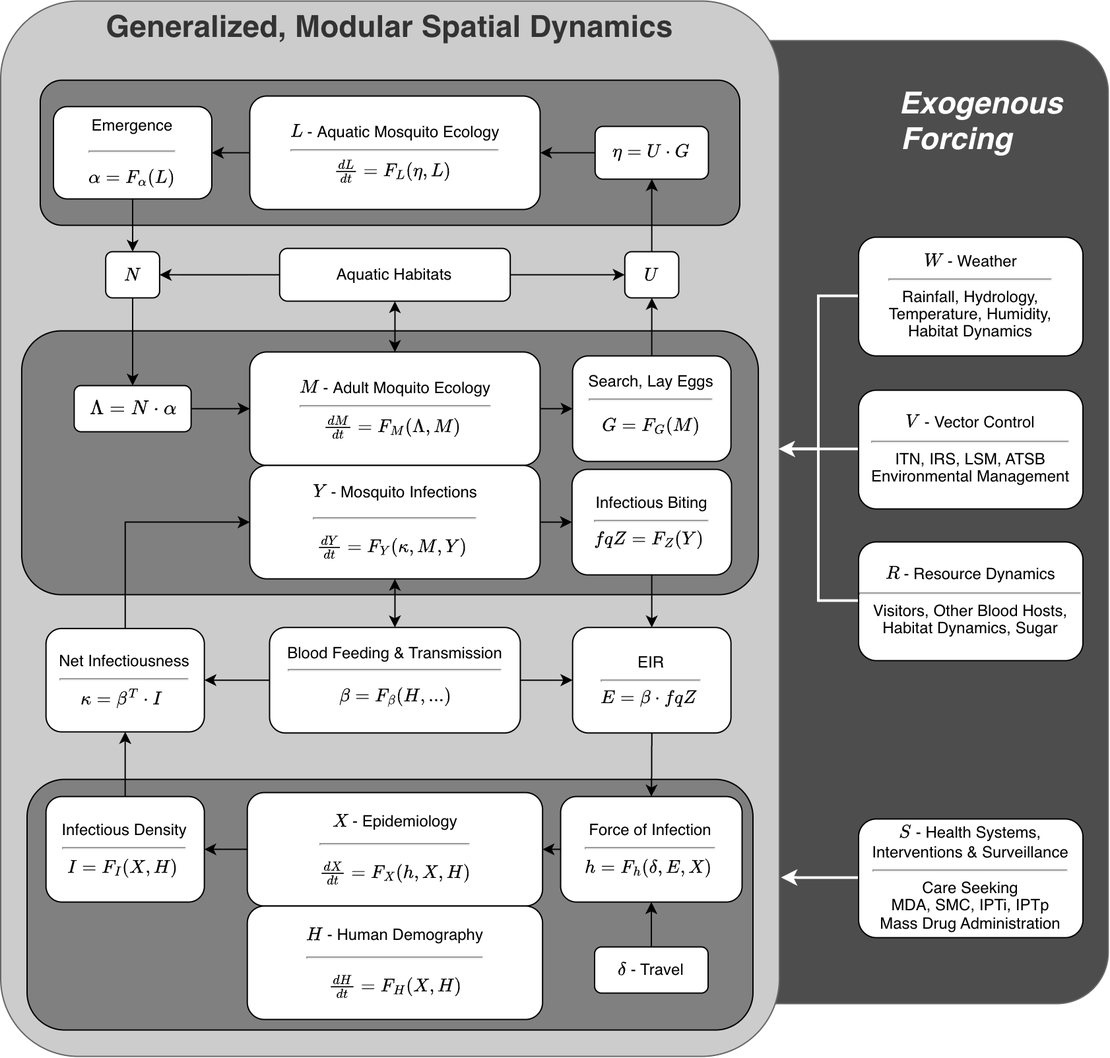
This is docs/articles/ModularGeneralized.drawio.png from dd-harp/ramp.xds, a draw.io export, as it was before one commit. Source tidied: cells renumbered, new cells last; positions are measured from the earlier drawing's top-left corner, leaving out a move shared by most shapes.
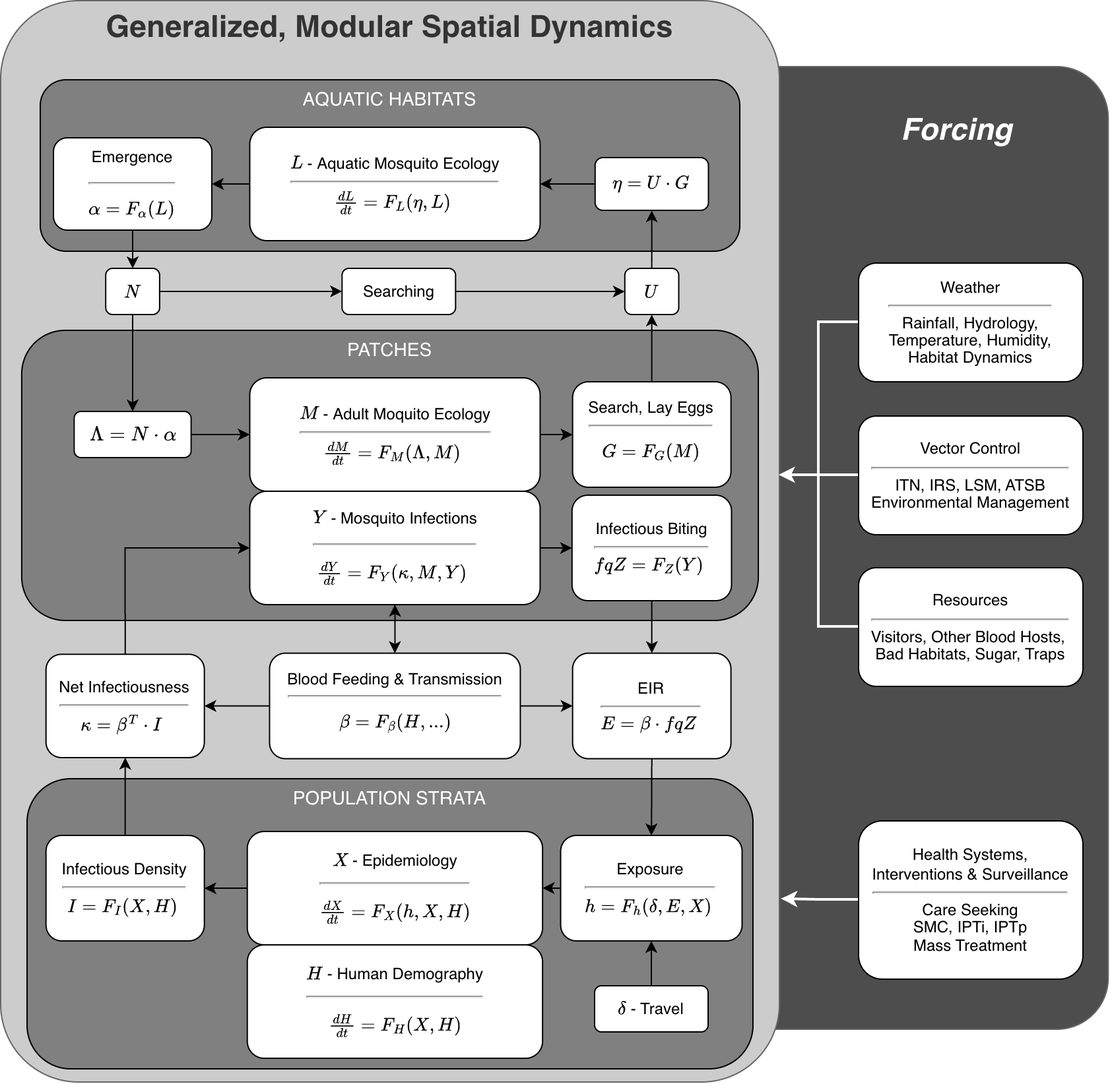
Later version of the same file.

Change to the diagram source:
```diff
@@ -5,39 +5,36 @@
     <mxCell id="2" style="ellipse;whiteSpace=wrap;html=1;" parent="1" vertex="1">
       <mxGeometry x="510" y="300" width="80" height="80" as="geometry" />
     </mxCell>
-    <mxCell id="3" value="&lt;div&gt;&lt;i&gt;&lt;br&gt;&lt;/i&gt;&lt;/div&gt;&lt;i&gt;Exogenous&amp;nbsp; &amp;nbsp; &amp;nbsp;&lt;/i&gt;&lt;div&gt;&lt;i&gt;Forcing&amp;nbsp;&lt;/i&gt; &amp;nbsp; &amp;nbsp; &amp;nbsp; &amp;nbsp; &amp;nbsp;&lt;/div&gt;&lt;div&gt;&amp;nbsp; &amp;nbsp; &amp;nbsp; &amp;nbsp; &amp;nbsp; &amp;nbsp;&lt;/div&gt;" style="rounded=1;whiteSpace=wrap;html=1;fontSize=23;fillColor=#4D4D4D;fontColor=#FFFFFF;strokeColor=#666666;verticalAlign=top;arcSize=10;align=right;fontStyle=1;" parent="1" vertex="1">
+    <mxCell id="3" value="&lt;div&gt;&lt;i&gt;&lt;br&gt;&lt;/i&gt;&lt;/div&gt;&lt;div&gt;&lt;i&gt;Forcing&amp;nbsp;&lt;/i&gt; &amp;nbsp; &amp;nbsp; &amp;nbsp; &amp;nbsp; &amp;nbsp;&lt;/div&gt;&lt;div&gt;&amp;nbsp; &amp;nbsp; &amp;nbsp; &amp;nbsp; &amp;nbsp; &amp;nbsp;&lt;/div&gt;" style="rounded=1;whiteSpace=wrap;html=1;fontSize=23;fillColor=#4D4D4D;fontColor=#FFFFFF;strokeColor=#666666;verticalAlign=top;arcSize=10;align=right;fontStyle=1;" parent="1" vertex="1">
       <mxGeometry x="449.2" y="30" width="390" height="730" as="geometry" />
     </mxCell>
     <mxCell id="4" value="&lt;div&gt;Generalized, Modular&amp;nbsp;&lt;span style=&quot;background-color: initial;&quot;&gt;Spatial Dynamics&lt;/span&gt;&lt;/div&gt;" style="rounded=1;whiteSpace=wrap;html=1;fontSize=23;fillColor=#CCCCCC;fontColor=#333333;strokeColor=#666666;verticalAlign=top;arcSize=10;fontStyle=1;" parent="1" vertex="1">
-      <mxGeometry width="590" height="800" as="geometry" />
+      <mxGeometry y="-20" width="590" height="820" as="geometry" />
     </mxCell>
-    <mxCell id="5" style="rounded=1;whiteSpace=wrap;html=1;fillColor=#808080;" parent="1" vertex="1">
-      <mxGeometry x="20" y="590" width="550" height="190" as="geometry" />
+    <mxCell id="5" value="POPULATION STRATA" style="rounded=1;whiteSpace=wrap;html=1;fillColor=#808080;verticalAlign=top;fontColor=#FFFFFF;fontSize=14;" parent="1" vertex="1">
+      <mxGeometry x="20" y="570" width="550" height="220" as="geometry" />
     </mxCell>
-    <mxCell id="6" style="rounded=1;whiteSpace=wrap;html=1;fillColor=#808080;" parent="1" vertex="1">
-      <mxGeometry x="16" y="250" width="558.1" height="200" as="geometry" />
+    <mxCell id="6" value="PATCHES" style="rounded=1;whiteSpace=wrap;html=1;fillColor=#808080;verticalAlign=top;fontColor=#FFFFFF;fontSize=14;" parent="1" vertex="1">
+      <mxGeometry x="16" y="230" width="558.1" height="220" as="geometry" />
     </mxCell>
-    <mxCell id="7" style="rounded=1;whiteSpace=wrap;html=1;fillColor=#808080;" parent="1" vertex="1">
-      <mxGeometry x="30" y="60" width="530" height="110" as="geometry" />
+    <mxCell id="7" value="AQUATIC HABITATS" style="rounded=1;whiteSpace=wrap;html=1;fillColor=#808080;verticalAlign=top;fontColor=#FFFFFF;fontSize=14;" parent="1" vertex="1">
+      <mxGeometry x="30" y="40" width="530" height="130" as="geometry" />
     </mxCell>
     <mxCell id="8" style="edgeStyle=orthogonalEdgeStyle;rounded=0;jettySize=auto;html=1;exitX=0;exitY=0.5;exitDx=0;exitDy=0;entryX=1;entryY=0.5;entryDx=0;entryDy=0;" parent="1" edge="1" source="9" target="18">
       <mxGeometry relative="1" as="geometry" />
     </mxCell>
     <mxCell id="9" value="\(L\) -&amp;nbsp;Aquatic Mosquito Ecology&lt;hr&gt;&lt;div style=&quot;line-height: 110%;&quot;&gt;\(\frac{d {L}}{dt} = F_{L}(\eta, {L})&amp;nbsp; \)&amp;nbsp;&lt;/div&gt;" style="rounded=1;whiteSpace=wrap;html=1;align=center;spacing=2;" parent="1" vertex="1">
-      <mxGeometry x="188.7" y="72" width="220" height="86" as="geometry" />
+      <mxGeometry x="188.7" y="76" width="220" height="86" as="geometry" />
     </mxCell>
     <mxCell id="10" style="edgeStyle=orthogonalEdgeStyle;rounded=0;jettySize=auto;html=1;exitX=0;exitY=0.5;exitDx=0;exitDy=0;entryX=1;entryY=0.5;entryDx=0;entryDy=0;fontSize=6;" parent="1" edge="1" source="11" target="26">
       <mxGeometry relative="1" as="geometry" />
     </mxCell>
     <mxCell id="11" value="&lt;p style=&quot;line-height: 0.6px;&quot;&gt;\(X\) - Epidemiology&lt;/p&gt;&lt;hr&gt;&lt;p style=&quot;line-height: 0.6px;&quot;&gt;&lt;span style=&quot;background-color: initial;&quot;&gt;\(\frac{d{X}}{dt} = F_{X} (h, X, H)\)&lt;/span&gt;&lt;/p&gt;" style="rounded=1;whiteSpace=wrap;html=1;align=center;" parent="1" vertex="1">
-      <mxGeometry x="186.9" y="600" width="223.7" height="86" as="geometry" />
+      <mxGeometry x="186.9" y="610" width="223.7" height="86" as="geometry" />
     </mxCell>
     <mxCell id="12" style="edgeStyle=orthogonalEdgeStyle;rounded=0;jettySize=auto;html=1;exitX=1;exitY=0.5;exitDx=0;exitDy=0;entryX=0;entryY=0.5;entryDx=0;entryDy=0;fontSize=6;" parent="1" edge="1" source="14" target="20">
       <mxGeometry relative="1" as="geometry" />
     </mxCell>
-    <mxCell id="13" style="edgeStyle=orthogonalEdgeStyle;rounded=0;jettySize=auto;html=1;startArrow=classic;startFill=1;" parent="1" edge="1" source="14" target="56">
-      <mxGeometry relative="1" as="geometry" />
-    </mxCell>
     <mxCell id="14" value="\(M\) -&amp;nbsp;Adult Moquito Ecology&lt;div&gt;&lt;hr&gt;&lt;div style=&quot;line-height: 110%;&quot;&gt;\(\frac{d {M}}{dt} = F_{M}(\Lambda, {M}) \)&amp;nbsp;&lt;/div&gt;&lt;/div&gt;" style="rounded=1;whiteSpace=wrap;html=1;align=center;horizontal=1;" parent="1" vertex="1">
       <mxGeometry x="188.7" y="266" width="220" height="86" as="geometry" />
     </mxCell>
@@ -51,7 +48,7 @@
       <mxGeometry x="188.7" y="352" width="220" height="86" as="geometry" />
     </mxCell>
     <mxCell id="18" value="&lt;p style=&quot;line-height: 105%; font-size: 12px;&quot;&gt;Emergence&lt;/p&gt;&lt;hr style=&quot;font-size: 12px;&quot;&gt;&lt;p style=&quot;line-height: 105%; font-size: 12px;&quot;&gt;&lt;u style=&quot;background-color: initial; font-size: 12px;&quot;&gt;\(\alpha = F_\alpha (L) \)&lt;/u&gt;&lt;br style=&quot;font-size: 12px;&quot;&gt;&lt;/p&gt;" style="rounded=1;whiteSpace=wrap;html=1;align=center;spacing=1;fontSize=12;" parent="1" vertex="1">
-      <mxGeometry x="40" y="80" width="120" height="70" as="geometry" />
+      <mxGeometry x="40" y="84" width="120" height="70" as="geometry" />
     </mxCell>
     <mxCell id="19" style="edgeStyle=orthogonalEdgeStyle;rounded=0;jettySize=auto;html=1;exitX=0.5;exitY=0;exitDx=0;exitDy=0;entryX=0.5;entryY=1;entryDx=0;entryDy=0;" parent="1" edge="1" source="20" target="31">
       <mxGeometry relative="1" as="geometry" />
@@ -75,7 +72,7 @@
       <mxGeometry relative="1" as="geometry" />
     </mxCell>
     <mxCell id="26" value="&lt;div&gt;Infectious Density&lt;hr&gt;\( I = F_I ({X}, {H}) \)&amp;nbsp;&lt;/div&gt;" style="rounded=1;whiteSpace=wrap;html=1;align=center;" parent="1" vertex="1">
-      <mxGeometry x="34.3" y="603" width="120" height="80" as="geometry" />
+      <mxGeometry x="34.3" y="613" width="120" height="80" as="geometry" />
     </mxCell>
     <mxCell id="27" style="edgeStyle=orthogonalEdgeStyle;rounded=0;jettySize=auto;html=1;exitX=1;exitY=0.5;exitDx=0;exitDy=0;entryX=0;entryY=0.5;entryDx=0;entryDy=0;fontSize=6;" parent="1" edge="1" source="28" target="14">
       <mxGeometry relative="1" as="geometry" />
@@ -83,20 +80,17 @@
     <mxCell id="28" value="&lt;u style=&quot;font-size: 13px;&quot;&gt;\( \Lambda = N \cdot \alpha \)&lt;br style=&quot;font-size: 13px;&quot;&gt;&lt;/u&gt;" style="rounded=1;whiteSpace=wrap;html=1;align=center;spacing=1;fontSize=13;" parent="1" vertex="1">
       <mxGeometry x="55.7" y="291.5" width="88.6" height="35" as="geometry" />
     </mxCell>
-    <mxCell id="29" style="edgeStyle=orthogonalEdgeStyle;rounded=0;jettySize=auto;html=1;exitX=1;exitY=0.5;exitDx=0;exitDy=0;fontSize=6;" parent="1" edge="1" source="56" target="31">
-      <mxGeometry relative="1" as="geometry" />
-    </mxCell>
     <mxCell id="30" style="edgeStyle=orthogonalEdgeStyle;rounded=0;jettySize=auto;html=1;exitX=0.5;exitY=0;exitDx=0;exitDy=0;entryX=0.5;entryY=1;entryDx=0;entryDy=0;" parent="1" edge="1" source="31" target="33">
       <mxGeometry relative="1" as="geometry" />
     </mxCell>
     <mxCell id="31" value="\(U\)" style="rounded=1;whiteSpace=wrap;html=1;align=center;spacing=1;" parent="1" vertex="1">
-      <mxGeometry x="472.9" y="190" width="40.9" height="35" as="geometry" />
+      <mxGeometry x="472.9" y="183" width="40.9" height="35" as="geometry" />
     </mxCell>
     <mxCell id="32" style="edgeStyle=orthogonalEdgeStyle;rounded=0;jettySize=auto;html=1;exitX=0;exitY=0.5;exitDx=0;exitDy=0;entryX=1;entryY=0.5;entryDx=0;entryDy=0;" parent="1" edge="1" source="33" target="9">
       <mxGeometry relative="1" as="geometry" />
     </mxCell>
     <mxCell id="33" value="&lt;div style=&quot;line-height: 110%;&quot;&gt;&lt;u style=&quot;background-color: initial;&quot;&gt;\( \eta = {U} \cdot G \)&lt;/u&gt;&lt;br&gt;&lt;/div&gt;" style="rounded=1;whiteSpace=wrap;html=1;align=center;spacing=1;" parent="1" vertex="1">
-      <mxGeometry x="450.4" y="95" width="85.9" height="40" as="geometry" />
+      <mxGeometry x="450.4" y="99" width="85.9" height="40" as="geometry" />
     </mxCell>
     <mxCell id="34" style="edgeStyle=orthogonalEdgeStyle;rounded=0;jettySize=auto;html=1;exitX=1;exitY=0.5;exitDx=0;exitDy=0;entryX=0;entryY=0.5;entryDx=0;entryDy=0;" parent="1" edge="1" source="36" target="24">
       <mxGeometry relative="1" as="geometry" />
@@ -116,14 +110,14 @@
     <mxCell id="39" style="edgeStyle=orthogonalEdgeStyle;rounded=0;jettySize=auto;html=1;exitX=0;exitY=0.5;exitDx=0;exitDy=0;entryX=1;entryY=0.5;entryDx=0;entryDy=0;" parent="1" edge="1" source="40" target="11">
       <mxGeometry relative="1" as="geometry" />
     </mxCell>
-    <mxCell id="40" value="Force of Infection&lt;div&gt;&lt;hr&gt;\( h = F_h(\delta, E, X)\)&amp;nbsp;&lt;/div&gt;" style="rounded=1;whiteSpace=wrap;html=1;align=center;" parent="1" vertex="1">
-      <mxGeometry x="424.3" y="603" width="137.5" height="80" as="geometry" />
+    <mxCell id="40" value="Exposure&lt;div&gt;&lt;hr&gt;\( h = F_h(\delta, E, X)\)&amp;nbsp;&lt;/div&gt;" style="rounded=1;whiteSpace=wrap;html=1;align=center;" parent="1" vertex="1">
+      <mxGeometry x="424.3" y="613" width="137.5" height="80" as="geometry" />
     </mxCell>
     <mxCell id="41" style="edgeStyle=orthogonalEdgeStyle;rounded=0;jettySize=auto;html=1;exitX=0.5;exitY=0;exitDx=0;exitDy=0;" parent="1" edge="1" source="42" target="40">
       <mxGeometry relative="1" as="geometry" />
     </mxCell>
     <mxCell id="42" value="\(\delta\) - Travel" style="rounded=1;whiteSpace=wrap;html=1;align=center;spacing=1;" parent="1" vertex="1">
-      <mxGeometry x="450" y="717" width="86" height="35" as="geometry" />
+      <mxGeometry x="450" y="727" width="86" height="35" as="geometry" />
     </mxCell>
     <mxCell id="43" style="edgeStyle=orthogonalEdgeStyle;rounded=0;jettySize=auto;html=1;exitX=0.5;exitY=1;exitDx=0;exitDy=0;entryX=0.5;entryY=0;entryDx=0;entryDy=0;fontSize=6;" parent="1" edge="1" source="18" target="45">
       <mxGeometry relative="1" as="geometry" />
@@ -131,10 +125,13 @@
     <mxCell id="44" style="edgeStyle=orthogonalEdgeStyle;rounded=0;jettySize=auto;html=1;exitX=0.5;exitY=1;exitDx=0;exitDy=0;" parent="1" edge="1" source="45" target="28">
       <mxGeometry relative="1" as="geometry" />
     </mxCell>
+    <mxCell id="57" style="edgeStyle=orthogonalEdgeStyle;rounded=0;jettySize=auto;html=1;exitX=1;exitY=0.5;exitDx=0;exitDy=0;" parent="1" edge="1" source="45" target="59">
+      <mxGeometry relative="1" as="geometry" />
+    </mxCell>
     <mxCell id="45" value="&lt;u&gt;\(N \)&lt;br&gt;&lt;/u&gt;" style="rounded=1;whiteSpace=wrap;html=1;align=center;spacing=1;" parent="1" vertex="1">
-      <mxGeometry x="79.6" y="190" width="40.9" height="35" as="geometry" />
+      <mxGeometry x="79.6" y="183" width="40.9" height="35" as="geometry" />
     </mxCell>
-    <mxCell id="46" value="\(W\) -&amp;nbsp;Weather&lt;div&gt;&lt;hr&gt;&lt;div style=&quot;line-height: 110%;&quot;&gt;Rainfall, Hydrology,&lt;/div&gt;&lt;div style=&quot;line-height: 110%;&quot;&gt;Temperature,&amp;nbsp;&lt;span style=&quot;background-color: initial;&quot;&gt;Humidity,&lt;/span&gt;&lt;/div&gt;&lt;/div&gt;&lt;div style=&quot;line-height: 110%;&quot;&gt;&lt;span style=&quot;background-color: initial;&quot;&gt;Habitat Dynamics&lt;/span&gt;&lt;/div&gt;" style="rounded=1;whiteSpace=wrap;html=1;align=center;horizontal=1;" parent="1" vertex="1">
+    <mxCell id="46" value="Weather&lt;div&gt;&lt;hr&gt;&lt;div style=&quot;line-height: 110%;&quot;&gt;Rainfall, Hydrology,&lt;/div&gt;&lt;div style=&quot;line-height: 110%;&quot;&gt;Temperature,&amp;nbsp;&lt;span style=&quot;background-color: initial;&quot;&gt;Humidity,&lt;/span&gt;&lt;/div&gt;&lt;/div&gt;&lt;div style=&quot;line-height: 110%;&quot;&gt;&lt;span style=&quot;background-color: initial;&quot;&gt;Habitat Dynamics&lt;/span&gt;&lt;/div&gt;" style="rounded=1;whiteSpace=wrap;html=1;align=center;horizontal=1;" parent="1" vertex="1">
       <mxGeometry x="650" y="179" width="170" height="90" as="geometry" />
     </mxCell>
     <mxCell id="47" style="edgeStyle=orthogonalEdgeStyle;rounded=0;jettySize=auto;html=1;exitX=0;exitY=0.5;exitDx=0;exitDy=0;entryX=1.003;entryY=0.831;entryDx=0;entryDy=0;strokeColor=#FFFFFF;strokeWidth=2;entryPerimeter=0;" parent="1" edge="1" source="54" target="4">
@@ -143,10 +140,10 @@
     <mxCell id="48" style="edgeStyle=orthogonalEdgeStyle;rounded=0;jettySize=auto;html=1;exitX=0;exitY=0.5;exitDx=0;exitDy=0;strokeColor=#FFFFFF;strokeWidth=2;entryX=1;entryY=0.5;entryDx=0;entryDy=0;" parent="1" edge="1" source="49" target="2">
       <mxGeometry relative="1" as="geometry" />
     </mxCell>
-    <mxCell id="49" value="&lt;div&gt;\(V\) -&amp;nbsp;Vector Control&lt;hr&gt;&lt;div style=&quot;line-height: 110%;&quot;&gt;ITN, IRS, LSM, ATSB&lt;/div&gt;&lt;/div&gt;&lt;div style=&quot;line-height: 110%;&quot;&gt;Environmental Management&lt;/div&gt;" style="rounded=1;whiteSpace=wrap;html=1;align=center;horizontal=1;" parent="1" vertex="1">
+    <mxCell id="49" value="&lt;div&gt;Vector Control&lt;hr&gt;&lt;div style=&quot;line-height: 110%;&quot;&gt;ITN, IRS, LSM, ATSB&lt;/div&gt;&lt;/div&gt;&lt;div style=&quot;line-height: 110%;&quot;&gt;Environmental Management&lt;/div&gt;" style="rounded=1;whiteSpace=wrap;html=1;align=center;horizontal=1;" parent="1" vertex="1">
       <mxGeometry x="650" y="295" width="170" height="90" as="geometry" />
     </mxCell>
-    <mxCell id="50" value="\(R\) - Resource Dynamics&lt;div&gt;&lt;hr&gt;&lt;div style=&quot;line-height: 110%;&quot;&gt;Visitors, Other Blood Hosts, Habitat Dynamics, Sugar&lt;/div&gt;&lt;/div&gt;" style="rounded=1;whiteSpace=wrap;html=1;align=center;horizontal=1;" parent="1" vertex="1">
+    <mxCell id="50" value="Resources&lt;div&gt;&lt;hr&gt;&lt;div style=&quot;line-height: 110%;&quot;&gt;Visitors, Other Blood Hosts,&amp;nbsp;&lt;/div&gt;&lt;div style=&quot;line-height: 110%;&quot;&gt;Bad Habitats, Sugar, Traps&lt;/div&gt;&lt;/div&gt;" style="rounded=1;whiteSpace=wrap;html=1;align=center;horizontal=1;" parent="1" vertex="1">
       <mxGeometry x="650" y="410" width="170" height="90" as="geometry" />
     </mxCell>
     <mxCell id="51" style="edgeStyle=orthogonalEdgeStyle;rounded=0;jettySize=auto;html=1;strokeColor=#FFFFFF;strokeWidth=2;entryX=1;entryY=0.5;entryDx=0;entryDy=0;" parent="1" edge="1" source="50" target="2">
@@ -156,16 +153,16 @@
       <mxGeometry relative="1" as="geometry" />
     </mxCell>
     <mxCell id="53" value="&lt;p style=&quot;line-height: 0.6px;&quot;&gt;\(H\) - Human Demography&lt;/p&gt;&lt;hr&gt;&lt;p style=&quot;line-height: 0.6px;&quot;&gt;&lt;span style=&quot;background-color: initial;&quot;&gt;\(\frac{d{H}}{dt} = F_H (X, H)\)&lt;/span&gt;&lt;/p&gt;" style="rounded=1;whiteSpace=wrap;html=1;align=center;" parent="1" vertex="1">
-      <mxGeometry x="186.9" y="686" width="223.7" height="86" as="geometry" />
+      <mxGeometry x="186.9" y="696" width="223.7" height="86" as="geometry" />
     </mxCell>
-    <mxCell id="54" value="\(S\) -&amp;nbsp;Health Systems,&lt;div&gt;Interventions &amp;amp; Surveillance&lt;div&gt;&lt;hr&gt;&lt;div style=&quot;line-height: 13.2px;&quot;&gt;Care Seeking&lt;/div&gt;&lt;div style=&quot;line-height: 13.2px;&quot;&gt;MDA, SMC, IPTi, IPTp&lt;/div&gt;&lt;/div&gt;&lt;div style=&quot;line-height: 13.2px;&quot;&gt;Mass Drug Administration&lt;/div&gt;&lt;/div&gt;" style="rounded=1;whiteSpace=wrap;html=1;align=center;horizontal=1;" parent="1" vertex="1">
-      <mxGeometry x="650" y="620" width="170" height="90" as="geometry" />
+    <mxCell id="54" value="Health Systems,&lt;div&gt;Interventions &amp;amp; Surveillance&lt;div&gt;&lt;hr&gt;&lt;div style=&quot;line-height: 13.2px;&quot;&gt;Care Seeking&lt;/div&gt;&lt;div style=&quot;line-height: 13.2px;&quot;&gt;SMC, IPTi, IPTp&lt;/div&gt;&lt;/div&gt;&lt;div style=&quot;line-height: 13.2px;&quot;&gt;Mass Treatment&lt;/div&gt;&lt;/div&gt;" style="rounded=1;whiteSpace=wrap;html=1;align=center;horizontal=1;" parent="1" vertex="1">
+      <mxGeometry x="650" y="602" width="170" height="120" as="geometry" />
     </mxCell>
-    <mxCell id="55" style="edgeStyle=orthogonalEdgeStyle;rounded=0;jettySize=auto;html=1;exitX=0;exitY=0.5;exitDx=0;exitDy=0;entryX=1;entryY=0.5;entryDx=0;entryDy=0;" parent="1" edge="1" source="56" target="45">
-      <mxGeometry relative="1" as="geometry" />
-    </mxCell>
-    <mxCell id="56" value="&lt;p style=&quot;line-height: 5%;&quot;&gt;Aquatic Habitats&lt;/p&gt;&lt;p&gt;&lt;/p&gt;" style="rounded=1;whiteSpace=wrap;html=1;align=center;spacing=1;" parent="1" vertex="1">
-      <mxGeometry x="211.4" y="187.5" width="174.7" height="40" as="geometry" />
-    </mxCell>
+    <mxCell id="58" style="edgeStyle=orthogonalEdgeStyle;rounded=0;jettySize=auto;html=1;exitX=1;exitY=0.5;exitDx=0;exitDy=0;entryX=0;entryY=0.5;entryDx=0;entryDy=0;" parent="1" edge="1" source="59" target="31">
+      <mxGeometry relative="1" as="geometry" />
+    </mxCell>
+    <mxCell id="59" value="Searching" style="rounded=1;whiteSpace=wrap;html=1;align=center;spacing=1;" parent="1" vertex="1">
+      <mxGeometry x="258.6" y="183" width="86" height="35" as="geometry" />
+    </mxCell>
   </root>
 </mxGraphModel>
```
